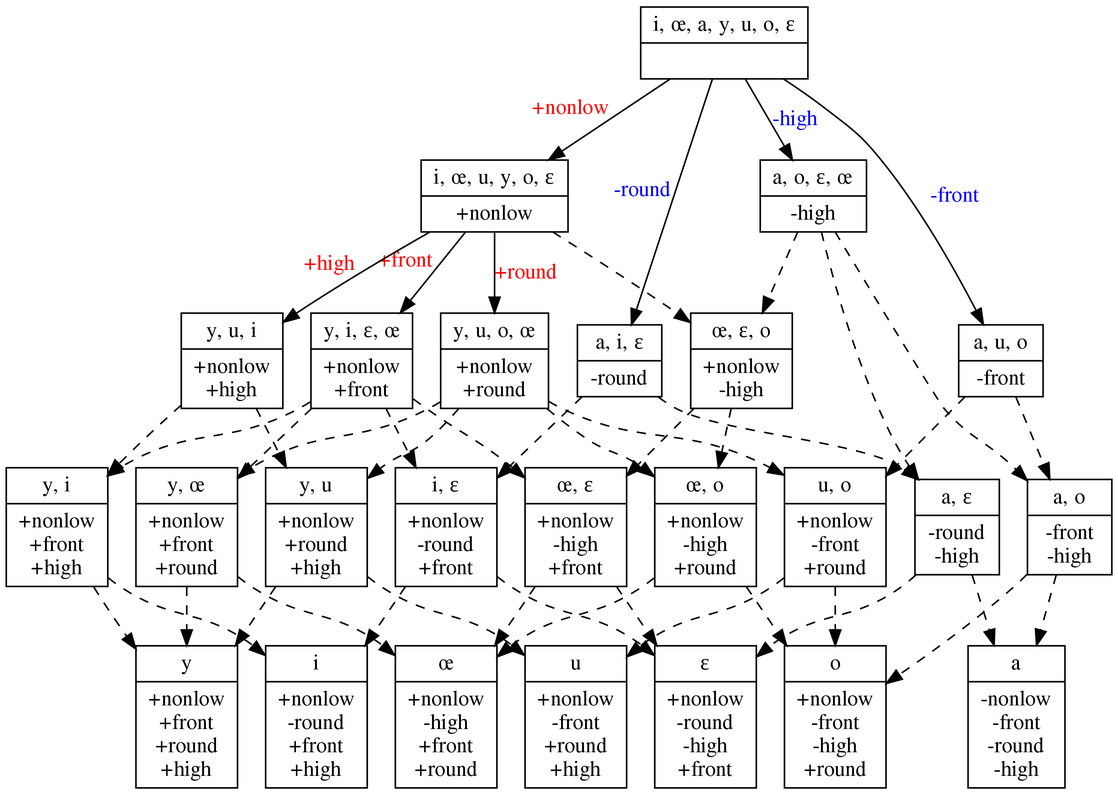
Above: squib/diagrams/vowel_inventory_full_TOPOLOGICAL.png in rdaland/Pheatures (Graphviz), before the change. Its source is kept beside it as squib/diagrams/vowel_inventory_full_TOPOLOGICAL.gv.
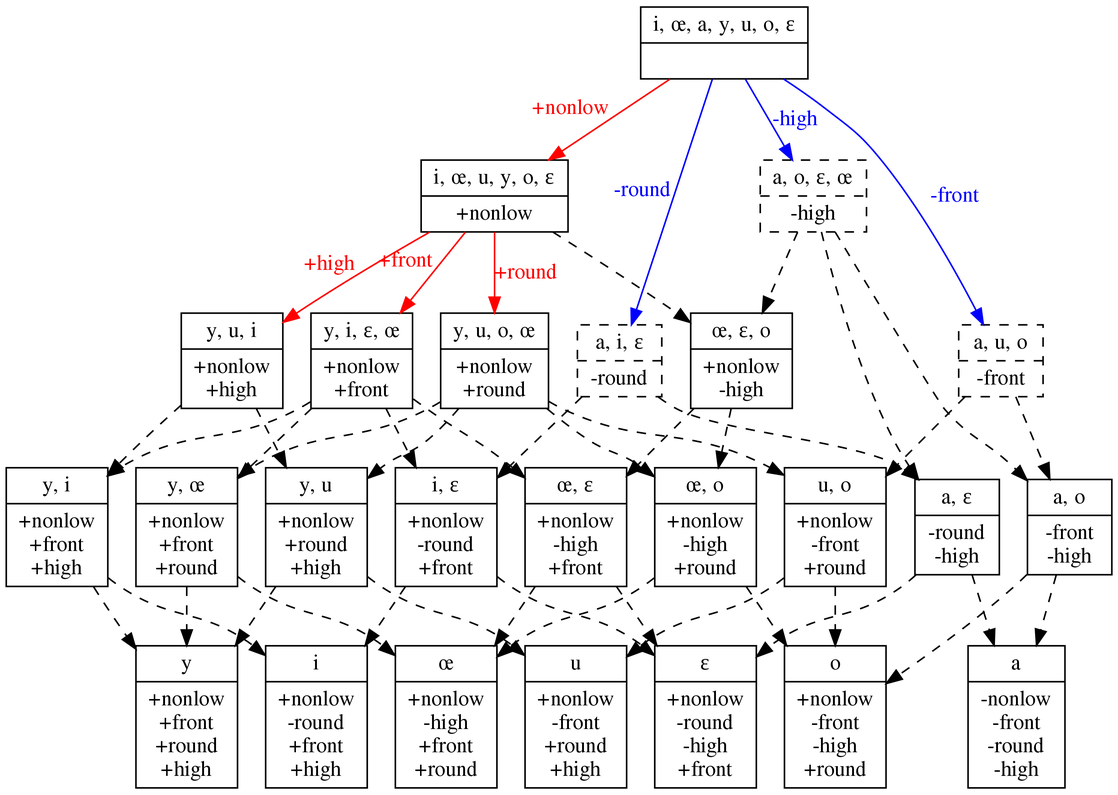
The same diagram one commit later.

What changed in the source:
```diff
@@ -15,24 +15,24 @@
 	12 [label="{<segs> y, œ |<feats> +nonlow\n+front\n+round }",shape=record]
 	13 [label="{<segs> y, i |<feats> +nonlow\n+front\n+high }",shape=record]
 	14 [label="{<segs> y, u |<feats> +nonlow\n+round\n+high }",shape=record]
-	15 [label="{<segs> a, u, o |<feats> -front }",shape=record]
+	15 [label="{<segs> a, u, o |<feats> -front }",shape=record,style=dashed]
 	16 [label="{<segs> u, o |<feats> +nonlow\n-front\n+round }",shape=record]
-	17 [label="{<segs> a, i, ɛ |<feats> -round }",shape=record]
+	17 [label="{<segs> a, i, ɛ |<feats> -round }",shape=record,style=dashed]
 	18 [label="{<segs> i, ɛ |<feats> +nonlow\n-round\n+front }",shape=record]
-	19 [label="{<segs> a, o, ɛ, œ |<feats> -high }",shape=record]
+	19 [label="{<segs> a, o, ɛ, œ |<feats> -high }",shape=record,style=dashed]
 	20 [label="{<segs> œ, ɛ, o |<feats> +nonlow\n-high }",shape=record]
 	21 [label="{<segs> œ, ɛ |<feats> +nonlow\n-high\n+front }",shape=record]
 	22 [label="{<segs> œ, o |<feats> +nonlow\n-high\n+round }",shape=record]
 	23 [label="{<segs> a, o |<feats> -front\n-high }",shape=record]
 	24 [label="{<segs> a, ɛ |<feats> -round\n-high }",shape=record]
 
-	0 -> 1 [xlabel="+nonlow",fontcolor=red]
-	0 -> 15 [label="-front",fontcolor=blue]
-	0 -> 17 [xlabel="-round",fontcolor=blue]
-	0 -> 19 [label="-high",fontcolor=blue]
-	1 -> 2 [xlabel="+front",fontcolor=red]
-	1 -> 3 [label="+round",fontcolor=red]
-	1 -> 4 [xlabel="+high",fontcolor=red]
+	0 -> 1 [xlabel="+nonlow",fontcolor=red,color=red]
+	0 -> 15 [label="-front",fontcolor=blue,color=blue]
+	0 -> 17 [xlabel="-round",fontcolor=blue,color=blue]
+	0 -> 19 [label="-high",fontcolor=blue,color=blue]
+	1 -> 2 [xlabel="+front",fontcolor=red,color=red]
+	1 -> 3 [label="+round",fontcolor=red,color=red]
+	1 -> 4 [xlabel="+high",fontcolor=red,color=red]
 	1 -> 20 [style=dashed]
 	19 -> 20 [style=dashed]
 	2 -> 12 [style=dashed]
```
